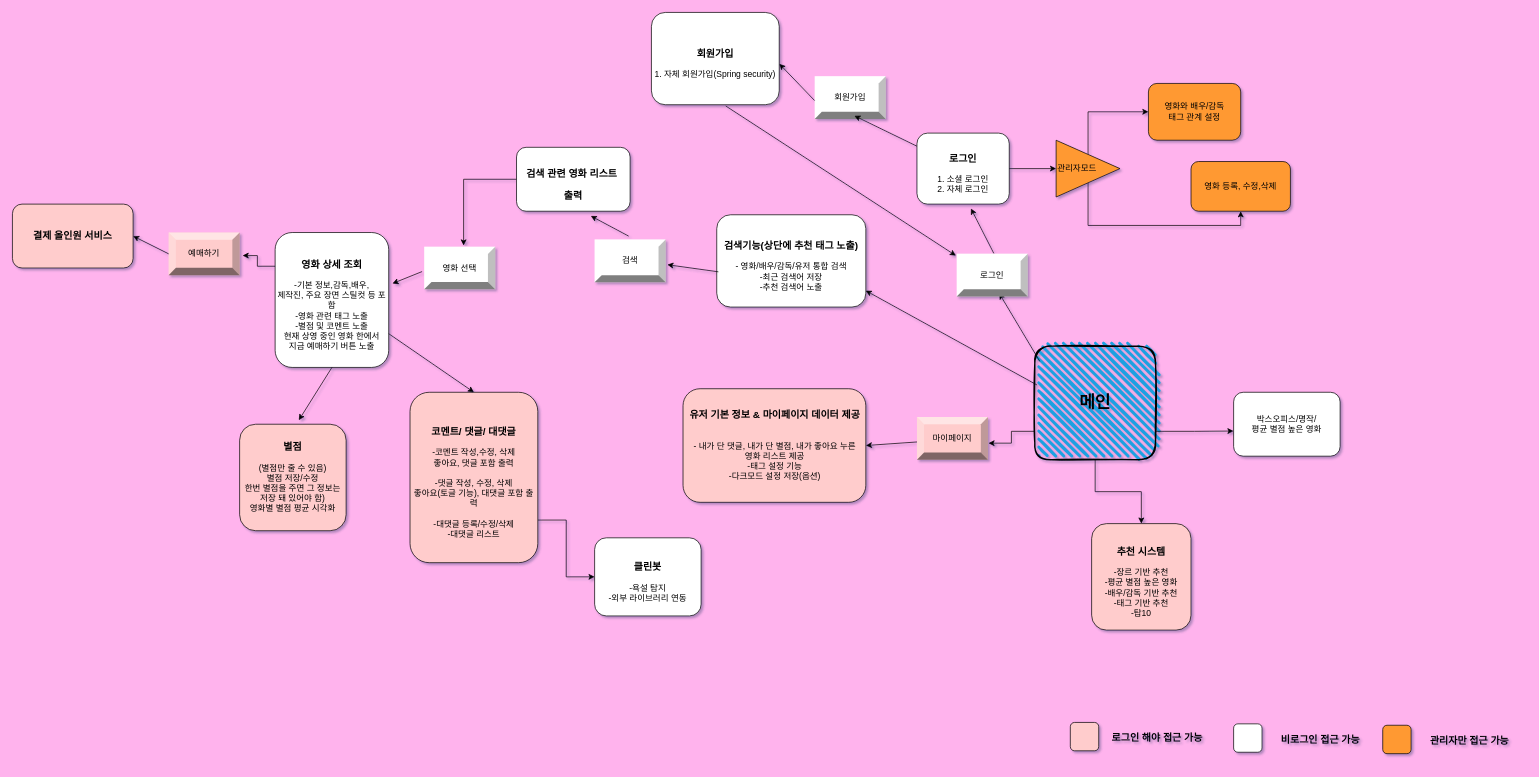
Before: 전체 흐름.drawio in gangseunghyun/movie-project, a draw.io diagram. Source tidied: cells renumbered, new cells numbered last; positions are measured from the earlier drawing's top-left corner, leaving out a move shared by most shapes. Both pictures are drawn from the tidied source at 71%, with x=0, y=0 at pixel (12, 12).
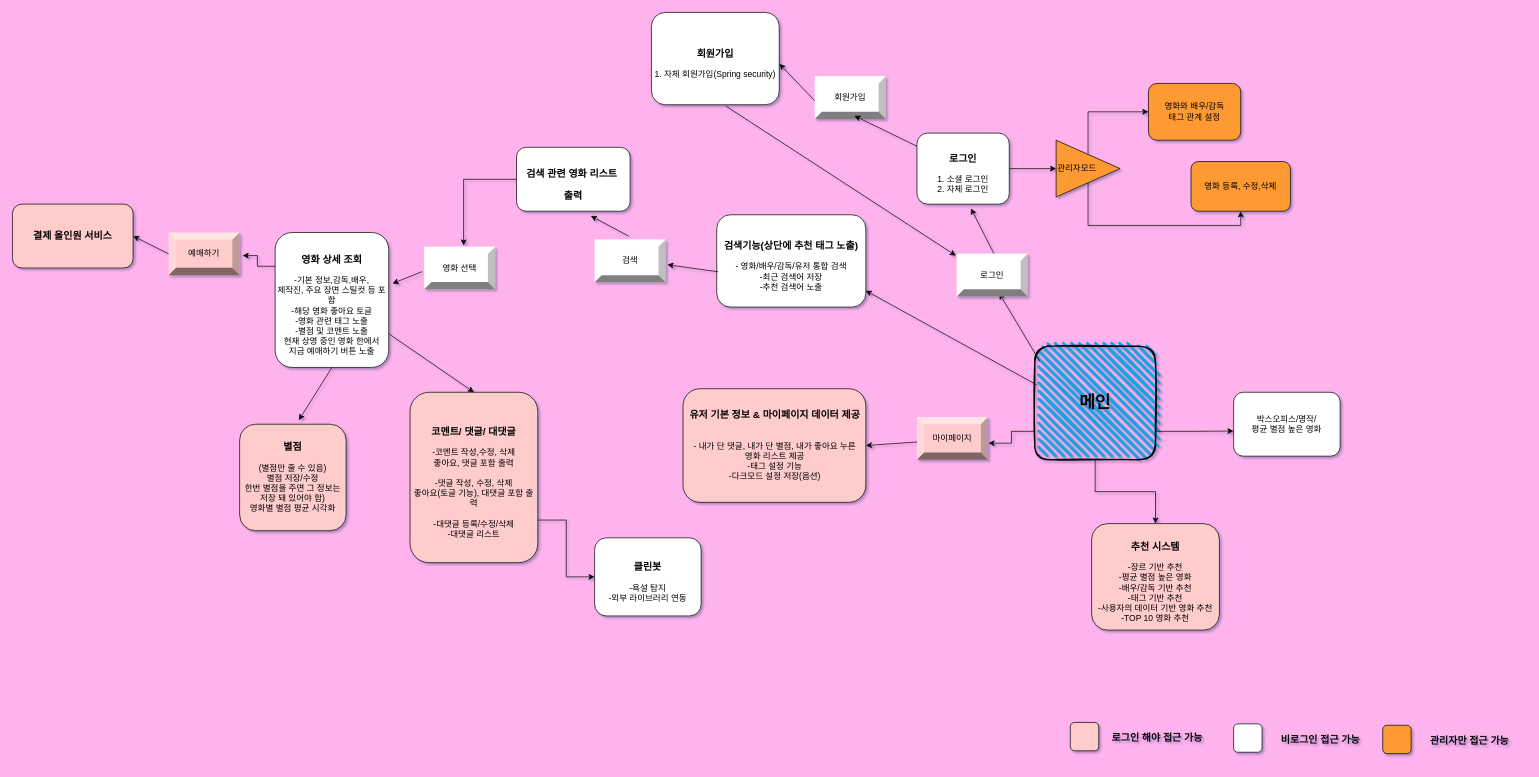
The same diagram, later.

Diff of the diagram source:
```diff
@@
-    <mxCell id="6" value="&lt;h3&gt;&lt;font&gt;추천 시스템&lt;/font&gt;&lt;/h3&gt;&lt;div&gt;-장르 기반 추천&lt;/div&gt;&lt;div&gt;-평균 별점 높은 영화&lt;/div&gt;&lt;div&gt;-배우/감독 기반 추천&lt;/div&gt;&lt;div&gt;&lt;font&gt;-태그 기반 추천&lt;/font&gt;&lt;/div&gt;&lt;div&gt;-탑10&lt;/div&gt;" style="rounded=1;whiteSpace=wrap;html=1;fillColor=#FFCCCC;" parent="1" vertex="1">
-      <mxGeometry x="1520" y="720" width="140" height="150" as="geometry" />
+    <mxCell id="6" value="&lt;h3&gt;&lt;font&gt;추천 시스템&lt;/font&gt;&lt;/h3&gt;&lt;div&gt;-장르 기반 추천&lt;/div&gt;&lt;div&gt;-평균 별점 높은 영화&lt;/div&gt;&lt;div&gt;-배우/감독 기반 추천&lt;/div&gt;&lt;div&gt;&lt;font&gt;-태그 기반 추천&lt;/font&gt;&lt;/div&gt;&lt;div&gt;&lt;font&gt;-사용자의 데이터 기반 영화 추천&lt;/font&gt;&lt;/div&gt;&lt;div&gt;-TOP 10 영화 추천&lt;/div&gt;" style="rounded=1;whiteSpace=wrap;html=1;fillColor=#FFCCCC;" parent="1" vertex="1">
+      <mxGeometry x="1520" y="720" width="180" height="150" as="geometry" />
     </mxCell>
@@
-    <mxCell id="13" value="&lt;h3&gt;영화 상세 조회&lt;/h3&gt;&lt;div&gt;-기본 정보,감독,배우,&lt;/div&gt;&lt;div&gt;제작진, 주요 장면 스틸컷 등 포함&lt;/div&gt;&lt;div&gt;-영화 관련 태그 노출&lt;/div&gt;&lt;div&gt;-별점 및 코멘트 노출&lt;/div&gt;&lt;div&gt;현재 상영 중인 영화 한에서&lt;/div&gt;&lt;div&gt;지금 예매하기 버튼 노출&lt;/div&gt;" style="rounded=1;whiteSpace=wrap;html=1;" parent="1" vertex="1">
+    <mxCell id="13" value="&lt;h3&gt;영화 상세 조회&lt;/h3&gt;&lt;div&gt;-기본 정보,감독,배우,&lt;/div&gt;&lt;div&gt;제작진, 주요 장면 스틸컷 등 포함&lt;/div&gt;&lt;div&gt;-해당 영화 좋아요 토글&lt;/div&gt;&lt;div&gt;-영화 관련 태그 노출&lt;/div&gt;&lt;div&gt;-별점 및 코멘트 노출&lt;/div&gt;&lt;div&gt;현재 상영 중인 영화 한에서&lt;/div&gt;&lt;div&gt;지금 예매하기 버튼 노출&lt;/div&gt;" style="rounded=1;whiteSpace=wrap;html=1;" parent="1" vertex="1">
       <mxGeometry x="370" y="310" width="160" height="190" as="geometry" />
     </mxCell>
```
